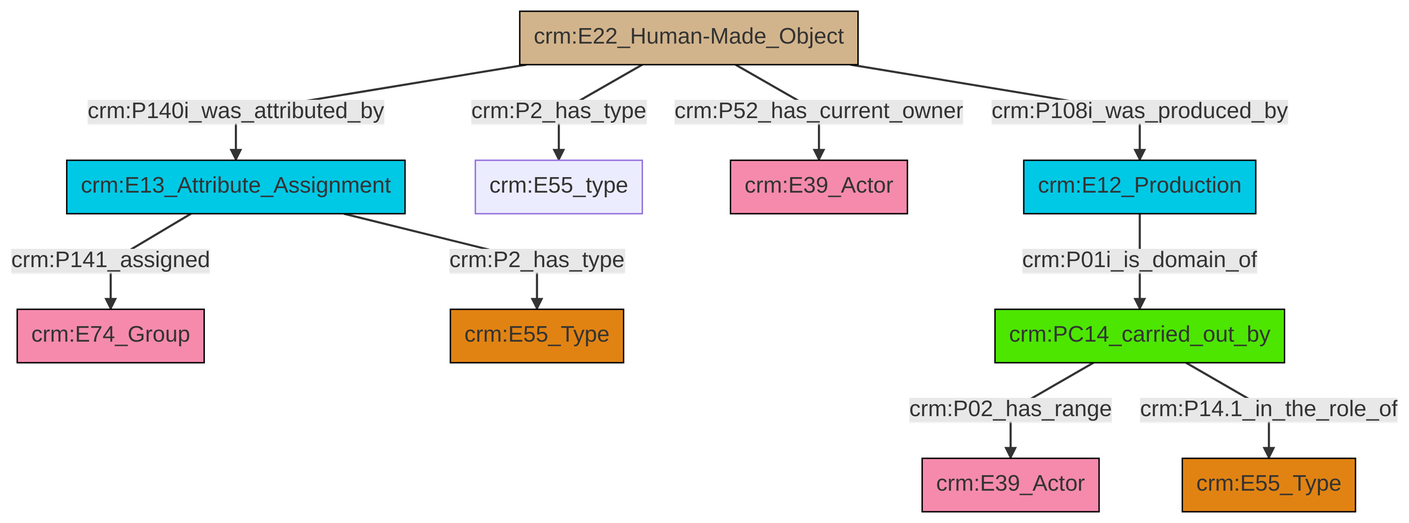
Above: et/builtWorkCSV/ttl/mmd/png/Built_Work_actor_relations.png in swiss-art-research-net/reference-data-models (Mermaid), before the change. Its source is kept beside it as et/builtWorkCSV/ttl/mmd/Built_Work_actor_relations.ttl.mmd.
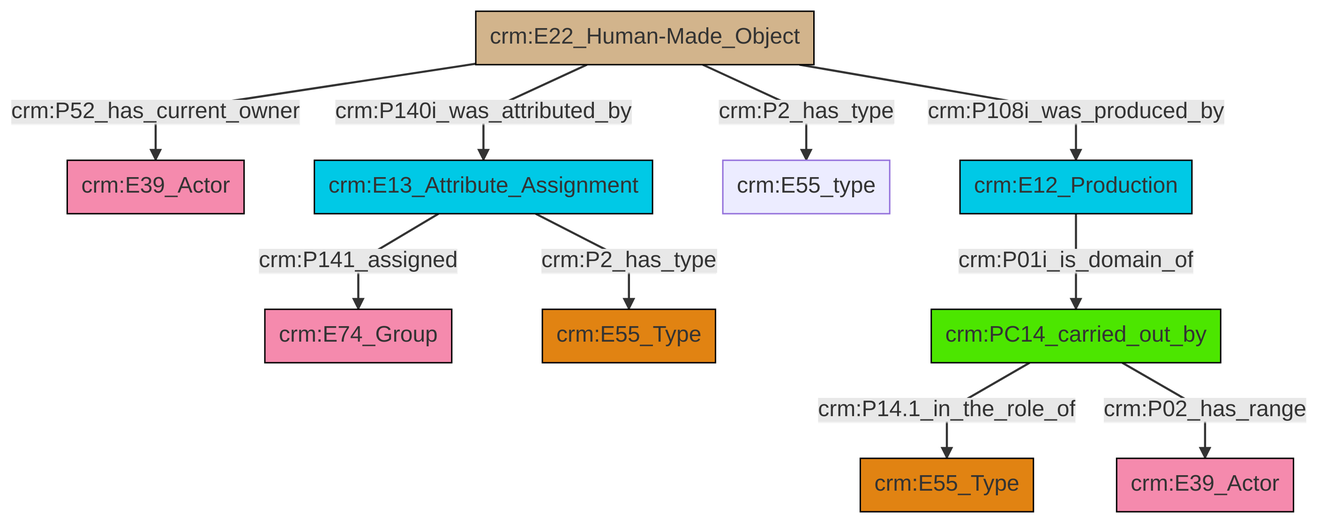
After the commit.

The edit, as a diff of the source:
```diff
@@ -13,12 +13,12 @@
 classDef PC_Classes fill:#4ce600, stroke:#000000;
 classDef Multi fill:#cccccc,stroke:#000000;
 
-2["crm:PC14_carried_out_by"]:::PC_Classes -->|crm:P02_has_range| 4["crm:E39_Actor"]:::Actor
-2["crm:PC14_carried_out_by"]:::PC_Classes -->|crm:P14.1_in_the_role_of| 5["crm:E55_Type"]:::Type
-10["crm:E22_Human-Made_Object"]:::Physical_Thing -->|crm:P140i_was_attributed_by| 8["crm:E13_Attribute_Assignment"]:::Temporal_Entity
-8["crm:E13_Attribute_Assignment"]:::Temporal_Entity -->|crm:P141_assigned| 11["crm:E74_Group"]:::Actor
-8["crm:E13_Attribute_Assignment"]:::Temporal_Entity -->|crm:P2_has_type| 0["crm:E55_Type"]:::Type
-10["crm:E22_Human-Made_Object"]:::Physical_Thing -->|crm:P2_has_type| 16["crm:E55_type"]:::Default
-10["crm:E22_Human-Made_Object"]:::Physical_Thing -->|crm:P52_has_current_owner| 17["crm:E39_Actor"]:::Actor
-10["crm:E22_Human-Made_Object"]:::Physical_Thing -->|crm:P108i_was_produced_by| 6["crm:E12_Production"]:::Temporal_Entity
-6["crm:E12_Production"]:::Temporal_Entity -->|crm:P01i_is_domain_of| 2["crm:PC14_carried_out_by"]:::PC_Classes
+6["crm:E22_Human-Made_Object"]:::Physical_Thing -->|crm:P52_has_current_owner| 4["crm:E39_Actor"]:::Actor
+7["crm:E13_Attribute_Assignment"]:::Temporal_Entity -->|crm:P141_assigned| 0["crm:E74_Group"]:::Actor
+7["crm:E13_Attribute_Assignment"]:::Temporal_Entity -->|crm:P2_has_type| 8["crm:E55_Type"]:::Type
+2["crm:PC14_carried_out_by"]:::PC_Classes -->|crm:P14.1_in_the_role_of| 9["crm:E55_Type"]:::Type
+6["crm:E22_Human-Made_Object"]:::Physical_Thing -->|crm:P140i_was_attributed_by| 7["crm:E13_Attribute_Assignment"]:::Temporal_Entity
+6["crm:E22_Human-Made_Object"]:::Physical_Thing -->|crm:P2_has_type| 13["crm:E55_type"]:::Default
+6["crm:E22_Human-Made_Object"]:::Physical_Thing -->|crm:P108i_was_produced_by| 11["crm:E12_Production"]:::Temporal_Entity
+11["crm:E12_Production"]:::Temporal_Entity -->|crm:P01i_is_domain_of| 2["crm:PC14_carried_out_by"]:::PC_Classes
+2["crm:PC14_carried_out_by"]:::PC_Classes -->|crm:P02_has_range| 16["crm:E39_Actor"]:::Actor
```
